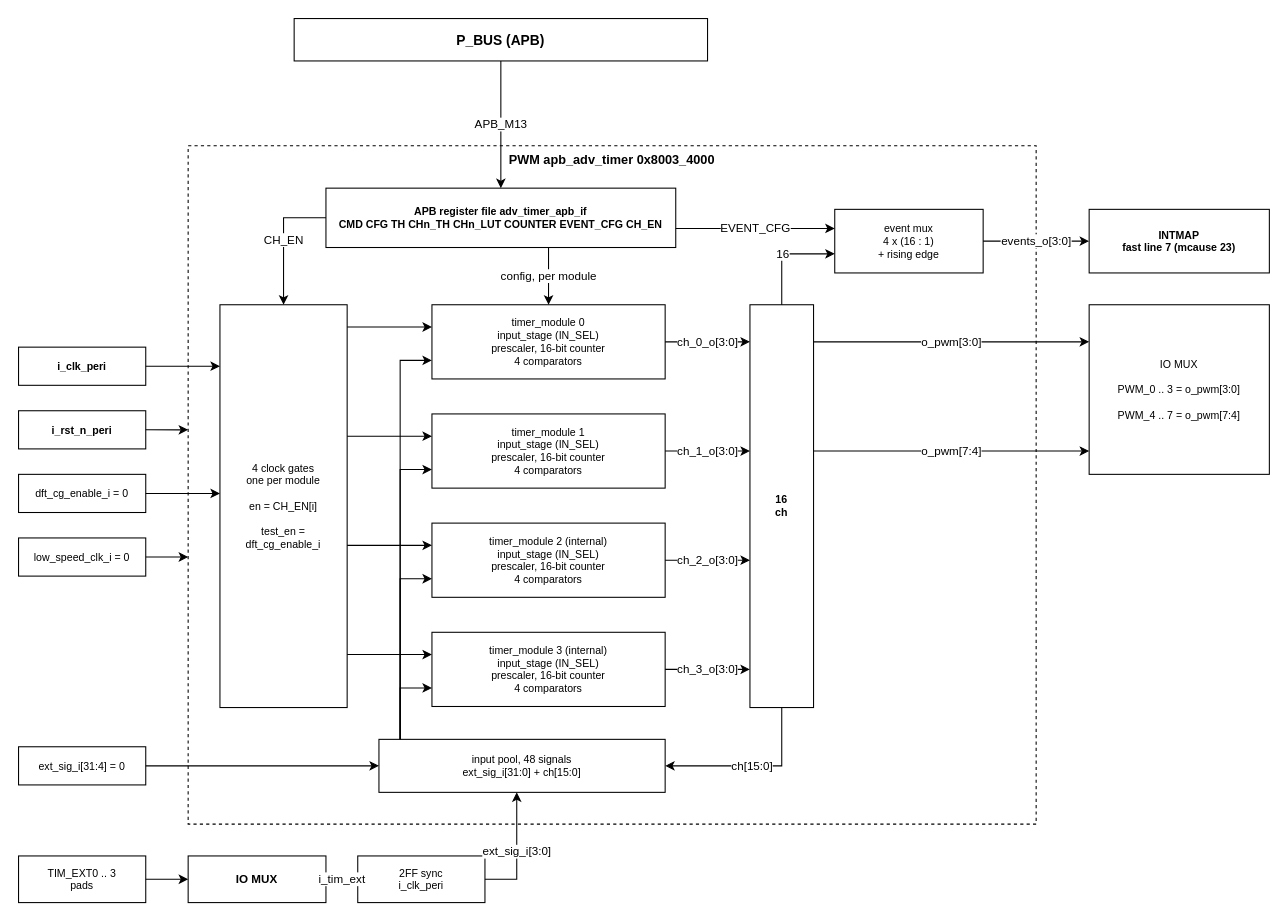
This is page "The PWM block and where its outputs go" (3 of 3) of doc/drawio/QNSC_Timer_PWM.drawio from quynhonsemiconductor/vlsi_deep_training, a draw.io file, before an edit. Source tidied: cells renumbered, new cells numbered last; positions are measured from the earlier drawing's top-left corner, leaving out a move shared by most shapes. Both pictures are drawn from the tidied source at 106%, with x=0, y=0 at pixel (18, 18).
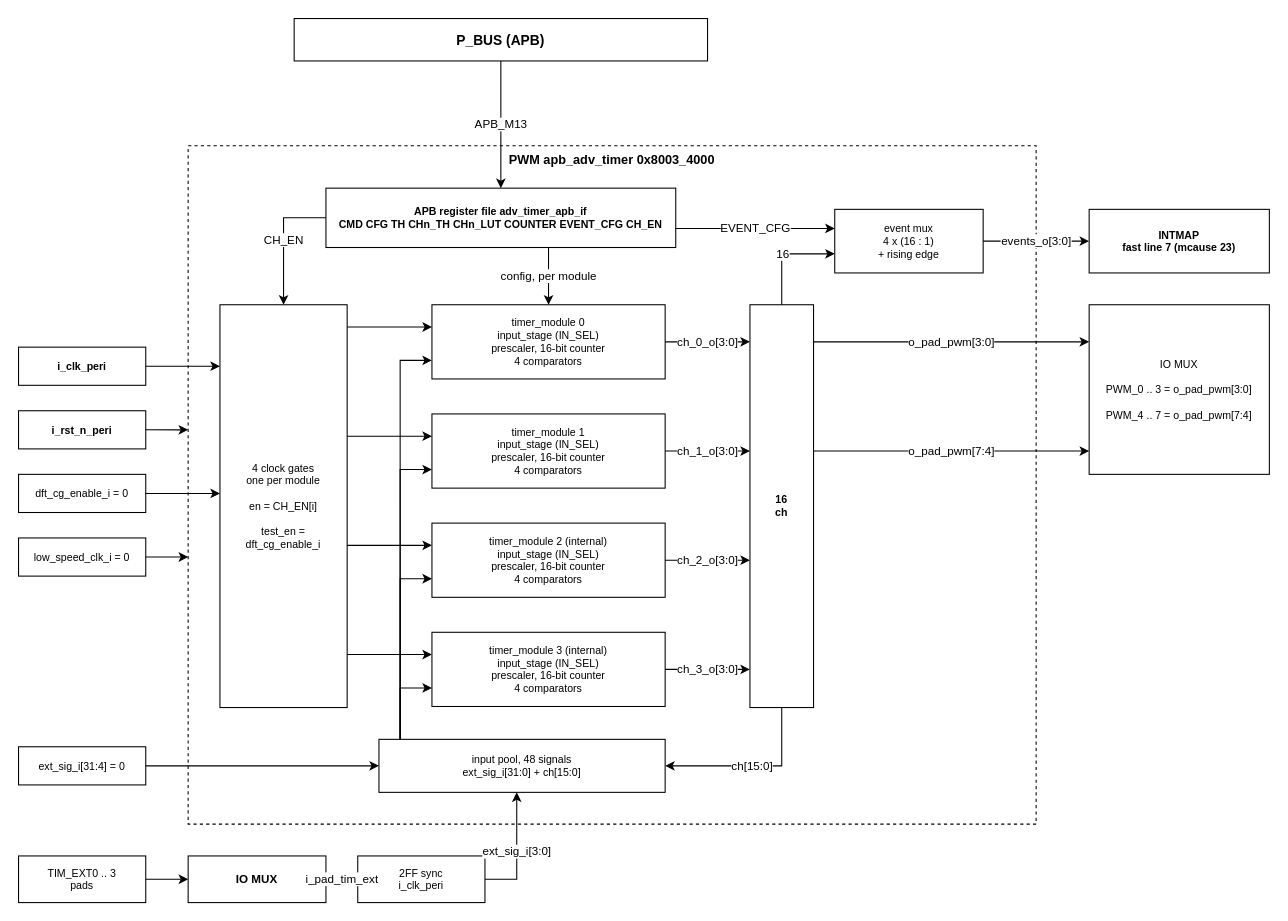
Above is the later version.

Unchanged cells that the change refers to:
```xml
<mxCell id="10" value="16&#10;ch" style="rounded=0;whiteSpace=wrap;html=1;fillColor=#ffffff;strokeColor=#000000;fontSize=10;dashed=0;fontStyle=1;verticalAlign=middle;" parent="1" vertex="1">
  <mxGeometry x="690" y="270" width="60" height="380" as="geometry" />
</mxCell>
<mxCell id="19" value="IO MUX" style="rounded=0;whiteSpace=wrap;html=1;fillColor=#ffffff;strokeColor=#000000;fontSize=11;dashed=0;fontStyle=1;verticalAlign=middle;" parent="1" vertex="1">
  <mxGeometry x="160" y="790" width="130" height="44" as="geometry" />
</mxCell>
<mxCell id="20" value="2FF sync&#10;i_clk_peri" style="rounded=0;whiteSpace=wrap;html=1;fillColor=#ffffff;strokeColor=#000000;fontSize=10;dashed=0;verticalAlign=middle;" parent="1" vertex="1">
  <mxGeometry x="320" y="790" width="120" height="44" as="geometry" />
</mxCell>
```

Diff of the diagram source:
```diff
@@
-    <mxCell id="22" value="IO MUX&#10;&#10;PWM_0 .. 3 = o_pwm[3:0]&#10;&#10;PWM_4 .. 7 = o_pwm[7:4]" style="rounded=0;whiteSpace=wrap;html=1;fillColor=#ffffff;strokeColor=#000000;fontSize=10;dashed=0;verticalAlign=middle;" parent="1" vertex="1">
+    <mxCell id="22" value="IO MUX&#10;&#10;PWM_0 .. 3 = o_pad_pwm[3:0]&#10;&#10;PWM_4 .. 7 = o_pad_pwm[7:4]" style="rounded=0;whiteSpace=wrap;html=1;fillColor=#ffffff;strokeColor=#000000;fontSize=10;dashed=0;verticalAlign=middle;" parent="1" vertex="1">
       <mxGeometry x="1010" y="270" width="170" height="160" as="geometry" />
     </mxCell>
@@
-    <mxCell id="43" value="o_pwm[3:0]" style="edgeStyle=orthogonalEdgeStyle;rounded=0;html=1;exitX=1.0;exitY=0.09209999999999997;entryX=0.0;entryY=0.21879999999999988;exitDx=0;exitDy=0;entryDx=0;entryDy=0;" parent="1" edge="1" source="10" target="22">
+    <mxCell id="43" value="o_pad_pwm[3:0]" style="edgeStyle=orthogonalEdgeStyle;rounded=0;html=1;exitX=1.0;exitY=0.09209999999999997;entryX=0.0;entryY=0.21879999999999988;exitDx=0;exitDy=0;entryDx=0;entryDy=0;" parent="1" edge="1" source="10" target="22">
       <mxGeometry relative="1" as="geometry" />
     </mxCell>
-    <mxCell id="44" value="o_pwm[7:4]" style="edgeStyle=orthogonalEdgeStyle;rounded=0;html=1;exitX=1.0;exitY=0.3632000000000001;entryX=0.0;entryY=0.8625;exitDx=0;exitDy=0;entryDx=0;entryDy=0;" parent="1" edge="1" source="10" target="22">
+    <mxCell id="44" value="o_pad_pwm[7:4]" style="edgeStyle=orthogonalEdgeStyle;rounded=0;html=1;exitX=1.0;exitY=0.3632000000000001;entryX=0.0;entryY=0.8625;exitDx=0;exitDy=0;entryDx=0;entryDy=0;" parent="1" edge="1" source="10" target="22">
       <mxGeometry relative="1" as="geometry" />
     </mxCell>
@@
-    <mxCell id="50" value="i_tim_ext" style="edgeStyle=orthogonalEdgeStyle;rounded=0;html=1;exitX=1.0;exitY=0.5;entryX=0.0;entryY=0.5;exitDx=0;exitDy=0;entryDx=0;entryDy=0;" parent="1" edge="1" source="19" target="20">
+    <mxCell id="50" value="i_pad_tim_ext" style="edgeStyle=orthogonalEdgeStyle;rounded=0;html=1;exitX=1.0;exitY=0.5;entryX=0.0;entryY=0.5;exitDx=0;exitDy=0;entryDx=0;entryDy=0;" parent="1" edge="1" source="19" target="20">
       <mxGeometry relative="1" as="geometry" />
     </mxCell>
```
